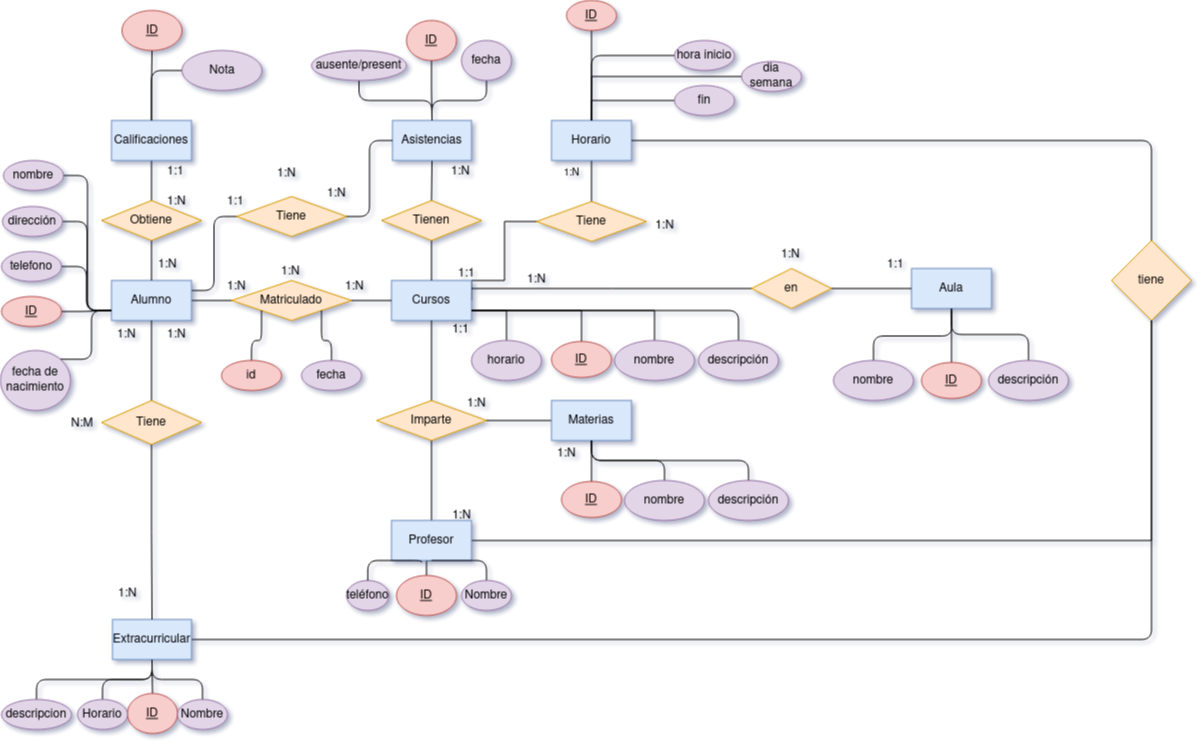
Before: Unidad-1/Tareas/Tarea_evaluable1/tareaentregable.drawio.png, a diagram exported from draw.io (toninavhd/Base-datos). Source tidied: cells renumbered, new cells last; positions are measured from the earlier drawing's top-left corner, leaving out a move shared by most shapes.
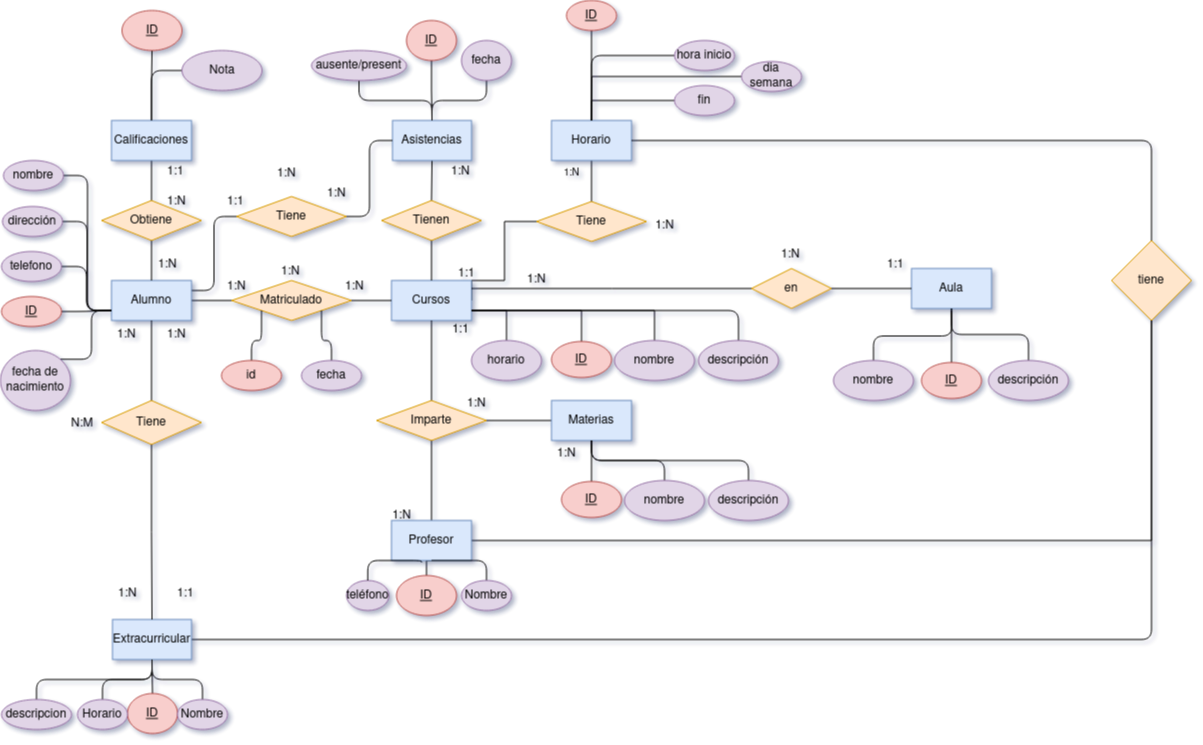
After the commit.

What changed in the source:
```diff
@@ -291,7 +291,7 @@
       <mxGeometry x="301" y="360" width="60" height="30" as="geometry" />
     </mxCell>
     <mxCell id="91" value="1:N" style="text;html=1;align=center;verticalAlign=middle;strokeColor=none;fillColor=none;" parent="1" vertex="1">
-      <mxGeometry x="441" y="500" width="40" height="30" as="geometry" />
+      <mxGeometry x="381" y="500" width="40" height="30" as="geometry" />
     </mxCell>
     <mxCell id="92" value="1:1" style="text;html=1;align=center;verticalAlign=middle;strokeColor=none;fillColor=none;" parent="1" vertex="1">
       <mxGeometry x="440" y="314" width="40" height="30" as="geometry" />
@@ -416,5 +416,8 @@
         </Array>
       </mxGeometry>
     </mxCell>
+    <mxCell id="130" value="1:1" style="text;strokeColor=none;fillColor=none;spacingLeft=4;spacingRight=4;overflow=hidden;fontSize=12;whiteSpace=wrap;html=1;" parent="1" vertex="1">
+      <mxGeometry x="171" y="580" width="40" height="30" as="geometry" />
+    </mxCell>
   </root>
 </mxGraphModel>
```
